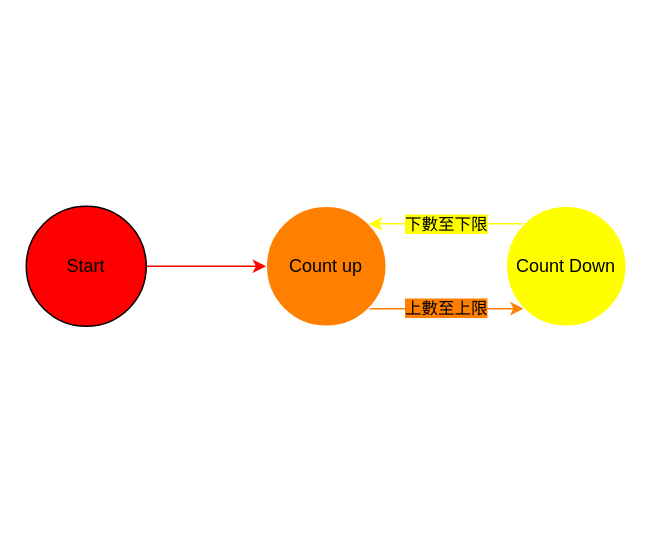
This is 1/AOV.drawio from gordonpow/lab_hardware_test, a draw.io file, before an edit. Source tidied: cells renumbered, new cells numbered last; positions are measured from the earlier drawing's top-left corner, leaving out a move shared by most shapes. Both pictures are drawn from the tidied source at 150%, with x=0, y=0 at pixel (26, 206).
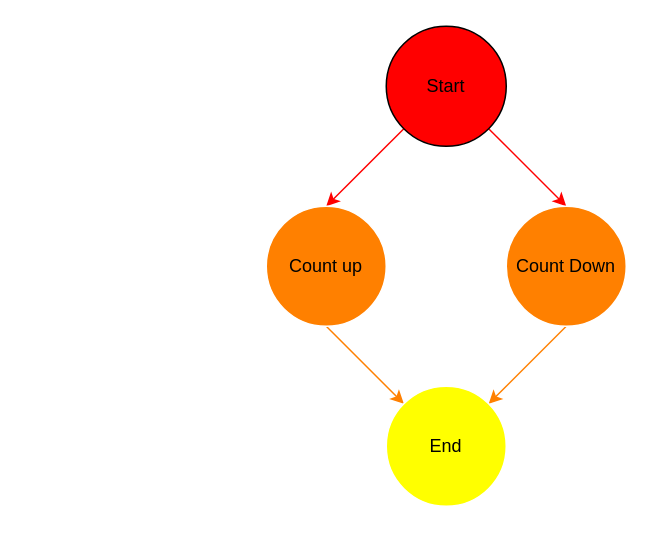
The same diagram, later.

Commit message (it also covers changes not shown here):
revise FSM AOV Breakdown image

What changed in the source:
```diff
@@
 <mxGraphModel>
   <root>
     <mxCell id="0" />
     <mxCell id="1" parent="0" />
+    <mxCell id="8" style="edgeStyle=none;html=1;exitX=0;exitY=1;exitDx=0;exitDy=0;entryX=0.5;entryY=0;entryDx=0;entryDy=0;fontColor=#FFFFFF;strokeColor=#FF0000;" parent="1" edge="1" source="3" target="5">
+      <mxGeometry relative="1" as="geometry" />
+    </mxCell>
-    <mxCell id="2" style="edgeStyle=none;html=1;exitX=1;exitY=0.5;exitDx=0;exitDy=0;entryX=0;entryY=0.5;entryDx=0;entryDy=0;fontColor=#FFFFFF;strokeColor=#FF0000;" parent="1" edge="1" source="3" target="5">
+    <mxCell id="2" style="edgeStyle=none;html=1;exitX=1;exitY=1;exitDx=0;exitDy=0;entryX=0.5;entryY=0;entryDx=0;entryDy=0;fontColor=#FFFFFF;strokeColor=#FF0000;" parent="1" edge="1" source="3" target="7">
       <mxGeometry relative="1" as="geometry" />
     </mxCell>
     <mxCell id="3" value="Start" style="ellipse;whiteSpace=wrap;html=1;fillColor=#FF0000;fontColor=#000000;" parent="1" vertex="1">
-      <mxGeometry width="80" height="80" as="geometry" />
+      <mxGeometry x="240" y="-120" width="80" height="80" as="geometry" />
     </mxCell>
-    <mxCell id="4" value="上數至上限" style="edgeStyle=none;html=1;exitX=1;exitY=1;exitDx=0;exitDy=0;entryX=0;entryY=1;entryDx=0;entryDy=0;strokeColor=#FF8000;labelBackgroundColor=#FF8000;fontColor=#000000;" parent="1" edge="1" source="5" target="7">
-      <mxGeometry relative="1" as="geometry" />
-    </mxCell>
+    <mxCell id="9" style="edgeStyle=none;html=1;exitX=0.5;exitY=1;exitDx=0;exitDy=0;fontColor=#FFFFFF;strokeColor=#FF8000;" parent="1" edge="1" source="5" target="11">
+      <mxGeometry relative="1" as="geometry" />
+    </mxCell>
     <mxCell id="5" value="Count up" style="ellipse;whiteSpace=wrap;html=1;fontColor=#000000;strokeColor=#FFFFFF;fillColor=#FF8000;" parent="1" vertex="1">
       <mxGeometry x="160" width="80" height="80" as="geometry" />
     </mxCell>
-    <mxCell id="6" value="下數至下限" style="edgeStyle=none;html=1;exitX=0;exitY=0;exitDx=0;exitDy=0;entryX=1;entryY=0;entryDx=0;entryDy=0;strokeColor=#FFFF00;labelBackgroundColor=#FFFF00;fontColor=#000000;" parent="1" edge="1" source="7" target="5">
-      <mxGeometry relative="1" as="geometry" />
-    </mxCell>
+    <mxCell id="10" style="edgeStyle=none;html=1;exitX=0.5;exitY=1;exitDx=0;exitDy=0;fontColor=#FFFFFF;strokeColor=#FF8000;" parent="1" edge="1" source="7" target="11">
+      <mxGeometry relative="1" as="geometry" />
+    </mxCell>
-    <mxCell id="7" value="Count Down" style="ellipse;whiteSpace=wrap;html=1;fontColor=#000000;strokeColor=#FFFFFF;fillColor=#FFFF00;" parent="1" vertex="1">
+    <mxCell id="7" value="Count Down" style="ellipse;whiteSpace=wrap;html=1;fontColor=#000000;strokeColor=#FFFFFF;fillColor=#FF8000;" parent="1" vertex="1">
       <mxGeometry x="320" width="80" height="80" as="geometry" />
     </mxCell>
+    <mxCell id="11" value="End" style="ellipse;whiteSpace=wrap;html=1;fontColor=#000000;strokeColor=#FFFFFF;fillColor=#FFFF00;" parent="1" vertex="1">
+      <mxGeometry x="240" y="120" width="80" height="80" as="geometry" />
+    </mxCell>
   </root>
 </mxGraphModel>
```
